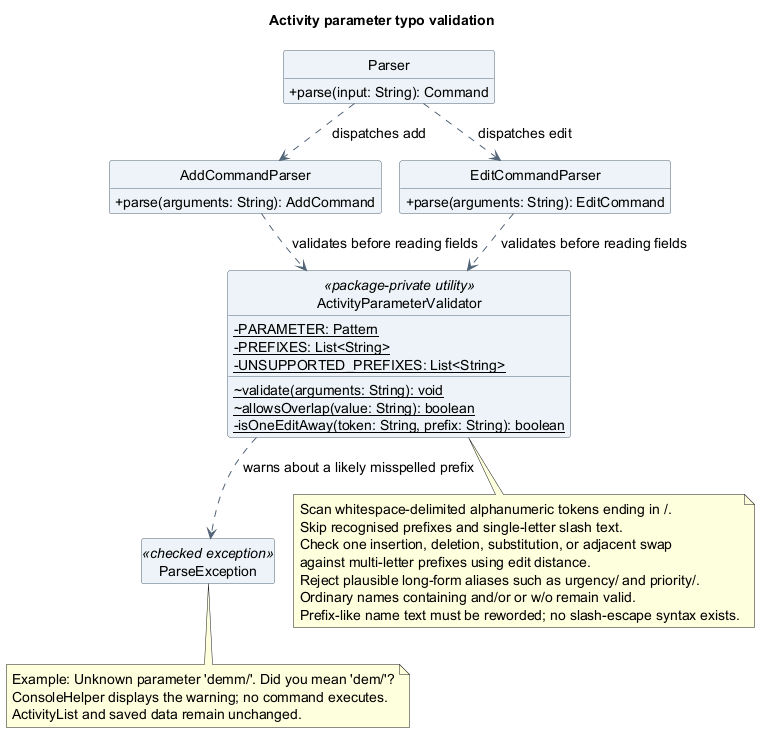
The PlantUML diagram docs/images/luke/class/ActivityParameterValidatorClassDiagram.png in AY2627S1-CS2113-T10-4/tp, before a commit.
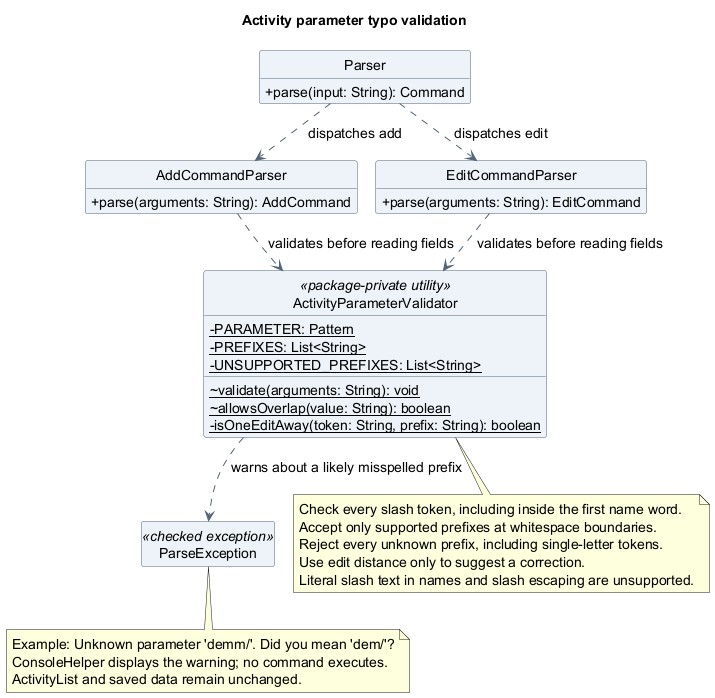
The same file after the commit.

Change to the diagram source:
```diff
@@ -38,13 +38,11 @@
 ActivityParameterValidator ..> ParseException : warns about a likely misspelled prefix
 
 note bottom of ActivityParameterValidator
-  Scan whitespace-delimited alphanumeric tokens ending in /.
-  Skip recognised prefixes and single-letter slash text.
-  Check one insertion, deletion, substitution, or adjacent swap
-  against multi-letter prefixes using edit distance.
-  Reject plausible long-form aliases such as urgency/ and priority/.
-  Ordinary names containing and/or or w/o remain valid.
-  Prefix-like name text must be reworded; no slash-escape syntax exists.
+  Check every slash token, including inside the first name word.
+  Accept only supported prefixes at whitespace boundaries.
+  Reject every unknown prefix, including single-letter tokens.
+  Use edit distance only to suggest a correction.
+  Literal slash text in names and slash escaping are unsupported.
 end note
 note bottom of ParseException
   Example: Unknown parameter 'demm/'. Did you mean 'dem/'?
```
